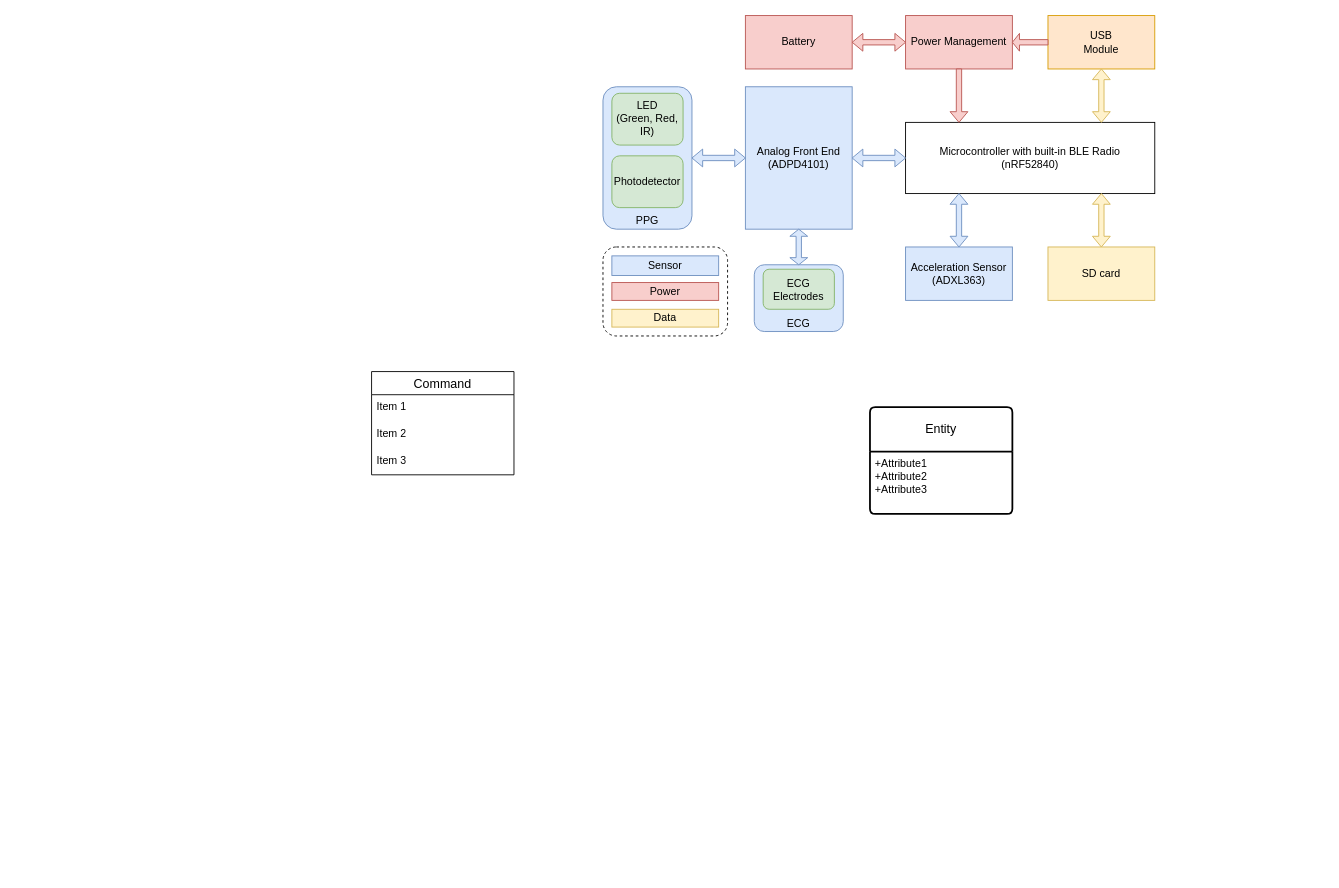
Earlier version of the draw.io diagram PhotonWear_Diagram.drawio (marsukhongduoi/drawio_files). Source tidied: cells renumbered, new cells numbered last; positions are measured from the earlier drawing's top-left corner, leaving out a move shared by most shapes. Both pictures are drawn from the tidied source at 89%, with x=0, y=0 at pixel (371, 15).
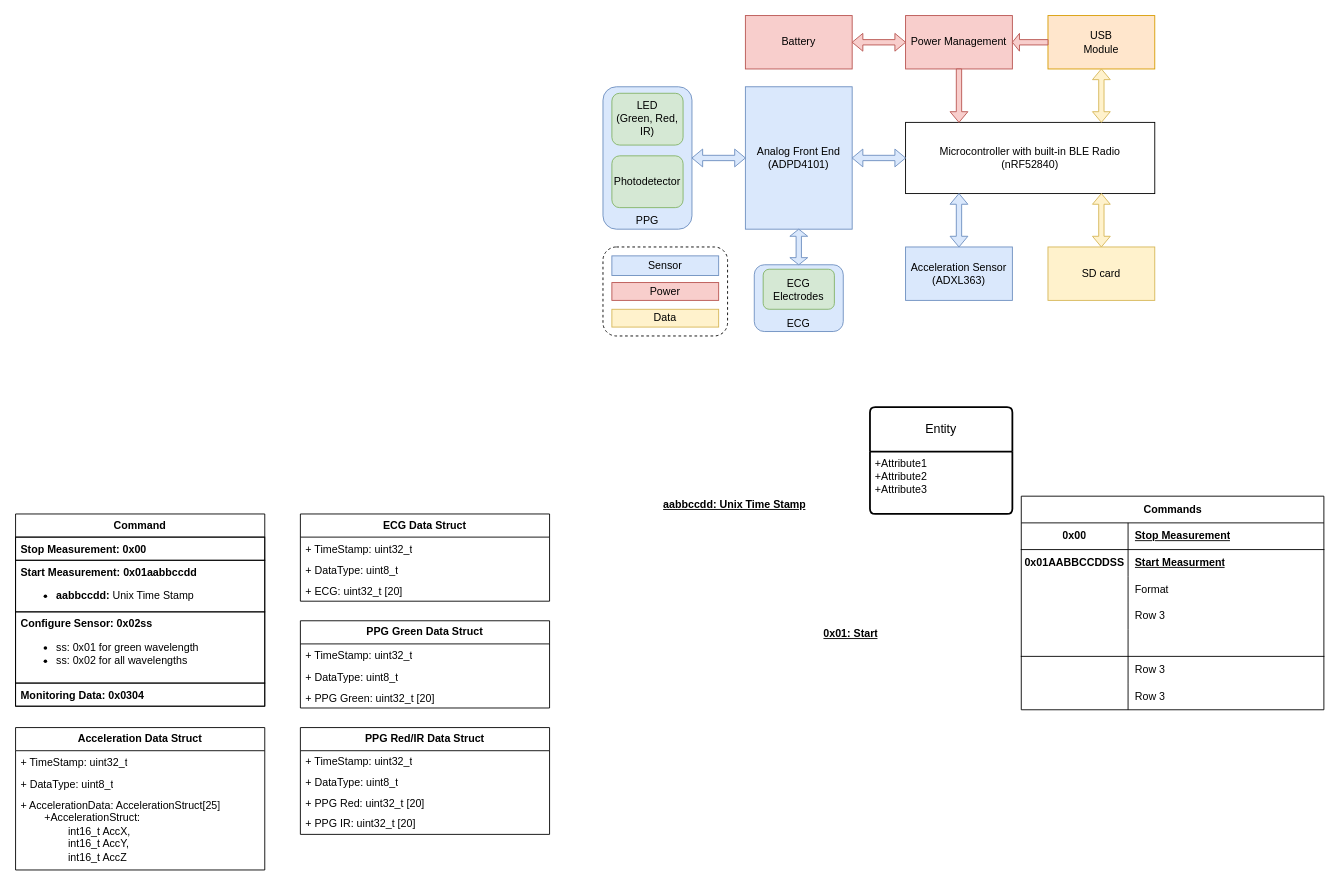
The same diagram, later.

Change to the diagram source:
```diff
@@
-    <mxCell id="23" value="Command" style="swimlane;fontStyle=0;horizontal=1;startSize=26;align=center;fontSize=14;" parent="1" vertex="1">
-      <mxGeometry y="400" width="160" height="116" as="geometry" />
-    </mxCell>
-    <mxCell id="24" value="Item 1" style="text;strokeColor=none;fillColor=none;spacingLeft=4;spacingRight=4;overflow=hidden;fontSize=12;whiteSpace=wrap;html=1;" parent="23" vertex="1">
-      <mxGeometry y="26" width="160" height="30" as="geometry" />
-    </mxCell>
-    <mxCell id="25" value="Item 2" style="text;strokeColor=none;fillColor=none;spacingLeft=4;spacingRight=4;overflow=hidden;fontSize=12;whiteSpace=wrap;html=1;" parent="23" vertex="1">
-      <mxGeometry y="56" width="160" height="30" as="geometry" />
-    </mxCell>
-    <mxCell id="26" value="Item 3" style="text;strokeColor=none;fillColor=none;spacingLeft=4;spacingRight=4;overflow=hidden;fontSize=12;whiteSpace=wrap;html=1;" parent="23" vertex="1">
-      <mxGeometry y="86" width="160" height="30" as="geometry" />
-    </mxCell>
@@
+    <mxCell id="36" value="aabbccdd: Unix Time Stamp" style="shape=partialRectangle;fillColor=none;top=0;left=0;bottom=0;right=0;align=left;spacingLeft=6;fontStyle=5;overflow=hidden;html=1;whiteSpace=wrap;" parent="1" vertex="1">
+      <mxGeometry x="320" y="520" width="240" height="60" as="geometry" />
+    </mxCell>
+    <mxCell id="37" value="0x01: Start" style="shape=partialRectangle;fillColor=none;top=0;left=0;bottom=0;right=0;align=left;spacingLeft=6;fontStyle=5;overflow=hidden;html=1;whiteSpace=wrap;" parent="1" vertex="1">
+      <mxGeometry x="500" y="680" width="240" height="30" as="geometry" />
+    </mxCell>
+    <mxCell id="38" value="Commands" style="shape=table;startSize=30;childLayout=tableLayout;rowLines=0;fontStyle=1;align=center;html=1;" parent="1" vertex="1">
+      <mxGeometry x="730" y="540" width="340" height="240" as="geometry" />
+    </mxCell>
+    <mxCell id="39" style="shape=tableRow;horizontal=0;startSize=0;swimlaneHead=0;swimlaneBody=0;fillColor=none;top=0;left=0;right=0;bottom=1;" parent="38" vertex="1">
+      <mxGeometry y="30" width="340" height="30" as="geometry" />
+    </mxCell>
+    <mxCell id="40" value="0x00" style="shape=partialRectangle;fillColor=none;top=0;left=0;bottom=0;right=0;fontStyle=1;overflow=hidden;whiteSpace=wrap;html=1;" parent="39" vertex="1">
+      <mxGeometry width="120" height="30" as="geometry" />
+    </mxCell>
+    <mxCell id="41" value="Stop Measurement" style="shape=partialRectangle;fillColor=none;top=0;left=0;bottom=0;right=0;align=left;spacingLeft=6;fontStyle=5;overflow=hidden;whiteSpace=wrap;html=1;" parent="39" vertex="1">
+      <mxGeometry x="120" width="220" height="30" as="geometry" />
+    </mxCell>
+    <mxCell id="42" style="shape=tableRow;horizontal=0;startSize=0;swimlaneHead=0;swimlaneBody=0;fillColor=none;top=0;left=0;right=0;bottom=0;" parent="38" vertex="1">
+      <mxGeometry y="60" width="340" height="30" as="geometry" />
+    </mxCell>
+    <mxCell id="43" value="0x01AABBCCDDSS" style="shape=partialRectangle;fillColor=none;top=0;left=0;bottom=0;right=0;overflow=hidden;whiteSpace=wrap;html=1;fontStyle=1;" parent="42" vertex="1">
+      <mxGeometry width="120" height="30" as="geometry" />
+    </mxCell>
+    <mxCell id="44" value="Start Measurment" style="shape=partialRectangle;fillColor=none;top=0;left=0;bottom=0;right=0;align=left;spacingLeft=6;overflow=hidden;whiteSpace=wrap;html=1;fontStyle=5;" parent="42" vertex="1">
+      <mxGeometry x="120" width="220" height="30" as="geometry" />
+    </mxCell>
+    <mxCell id="45" style="shape=tableRow;horizontal=0;startSize=0;swimlaneHead=0;swimlaneBody=0;fillColor=none;top=0;left=0;right=0;bottom=0;" parent="38" vertex="1">
+      <mxGeometry y="90" width="340" height="30" as="geometry" />
+    </mxCell>
+    <mxCell id="46" style="shape=partialRectangle;fillColor=none;top=0;left=0;bottom=0;right=0;overflow=hidden;whiteSpace=wrap;html=1;" parent="45" vertex="1">
+      <mxGeometry width="120" height="30" as="geometry" />
+    </mxCell>
+    <mxCell id="47" value="Format" style="shape=partialRectangle;fillColor=none;top=0;left=0;bottom=0;right=0;align=left;spacingLeft=6;overflow=hidden;whiteSpace=wrap;html=1;" parent="45" vertex="1">
+      <mxGeometry x="120" width="220" height="30" as="geometry" />
+    </mxCell>
+    <mxCell id="48" style="shape=tableRow;horizontal=0;startSize=0;swimlaneHead=0;swimlaneBody=0;fillColor=none;top=0;left=0;right=0;bottom=0;" parent="38" vertex="1">
+      <mxGeometry y="120" width="340" height="30" as="geometry" />
+    </mxCell>
+    <mxCell id="49" style="shape=partialRectangle;fillColor=none;top=0;left=0;bottom=0;right=0;overflow=hidden;whiteSpace=wrap;html=1;" parent="48" vertex="1">
+      <mxGeometry width="120" height="30" as="geometry" />
+    </mxCell>
+    <mxCell id="50" value="Row 3" style="shape=partialRectangle;fillColor=none;top=0;left=0;bottom=0;right=0;align=left;spacingLeft=6;overflow=hidden;whiteSpace=wrap;html=1;strokeColor=default;" parent="48" vertex="1">
+      <mxGeometry x="120" width="220" height="30" as="geometry" />
+    </mxCell>
+    <mxCell id="51" style="shape=tableRow;horizontal=0;startSize=0;swimlaneHead=0;swimlaneBody=0;fillColor=none;top=0;left=0;right=0;bottom=1;" parent="38" vertex="1">
+      <mxGeometry y="150" width="340" height="30" as="geometry" />
+    </mxCell>
+    <mxCell id="52" style="shape=partialRectangle;fillColor=none;top=0;left=0;bottom=0;right=0;fontStyle=1;overflow=hidden;whiteSpace=wrap;html=1;" parent="51" vertex="1">
+      <mxGeometry width="120" height="30" as="geometry" />
+    </mxCell>
+    <mxCell id="53" style="shape=partialRectangle;fillColor=none;top=0;left=0;bottom=0;right=0;align=left;spacingLeft=6;fontStyle=5;overflow=hidden;whiteSpace=wrap;html=1;" parent="51" vertex="1">
+      <mxGeometry x="120" width="220" height="30" as="geometry" />
+    </mxCell>
+    <mxCell id="54" style="shape=tableRow;horizontal=0;startSize=0;swimlaneHead=0;swimlaneBody=0;fillColor=none;top=0;left=0;right=0;bottom=0;" parent="38" vertex="1">
+      <mxGeometry y="180" width="340" height="30" as="geometry" />
+    </mxCell>
+    <mxCell id="55" style="shape=partialRectangle;fillColor=none;top=0;left=0;bottom=0;right=0;overflow=hidden;whiteSpace=wrap;html=1;" parent="54" vertex="1">
+      <mxGeometry width="120" height="30" as="geometry" />
+    </mxCell>
+    <mxCell id="56" value="Row 3" style="shape=partialRectangle;fillColor=none;top=0;left=0;bottom=0;right=0;align=left;spacingLeft=6;overflow=hidden;whiteSpace=wrap;html=1;strokeColor=default;" parent="54" vertex="1">
+      <mxGeometry x="120" width="220" height="30" as="geometry" />
+    </mxCell>
+    <mxCell id="57" style="shape=tableRow;horizontal=0;startSize=0;swimlaneHead=0;swimlaneBody=0;fillColor=none;top=0;left=0;right=0;bottom=0;" parent="38" vertex="1">
+      <mxGeometry y="210" width="340" height="30" as="geometry" />
+    </mxCell>
+    <mxCell id="58" style="shape=partialRectangle;fillColor=none;top=0;left=0;bottom=0;right=0;overflow=hidden;whiteSpace=wrap;html=1;" parent="57" vertex="1">
+      <mxGeometry width="120" height="30" as="geometry" />
+    </mxCell>
+    <mxCell id="59" value="Row 3" style="shape=partialRectangle;fillColor=none;top=0;left=0;bottom=0;right=0;align=left;spacingLeft=6;overflow=hidden;whiteSpace=wrap;html=1;strokeColor=default;" parent="57" vertex="1">
+      <mxGeometry x="120" width="220" height="30" as="geometry" />
+    </mxCell>
+    <mxCell id="23" value="Command" style="swimlane;fontStyle=1;horizontal=1;startSize=26;fillColor=none;whiteSpace=wrap;html=1;" parent="1" vertex="1">
+      <mxGeometry x="-400" y="560" width="280" height="216" as="geometry" />
+    </mxCell>
+    <mxCell id="60" value="&lt;b&gt;Stop Measurement: 0x00&lt;/b&gt;" style="text;strokeColor=default;fillColor=none;align=left;verticalAlign=top;spacingLeft=4;spacingRight=4;overflow=hidden;whiteSpace=wrap;html=1;" parent="23" vertex="1">
+      <mxGeometry y="26" width="280" height="26" as="geometry" />
+    </mxCell>
+    <mxCell id="61" value="&lt;b&gt;Start Measurement: 0x01aabbccdd&lt;/b&gt;&lt;div&gt;&lt;ul&gt;&lt;li&gt;&lt;span style=&quot;background-color: initial;&quot;&gt;&lt;b&gt;aabbccdd: &lt;/b&gt;Unix Time Stamp&lt;/span&gt;&lt;/li&gt;&lt;/ul&gt;&lt;/div&gt;" style="text;strokeColor=default;fillColor=none;align=left;verticalAlign=top;spacingLeft=4;spacingRight=4;overflow=hidden;whiteSpace=wrap;html=1;" parent="23" vertex="1">
+      <mxGeometry y="52" width="280" height="58" as="geometry" />
+    </mxCell>
+    <mxCell id="62" value="&lt;b&gt;Configure Sensor: 0x02ss&lt;/b&gt;&lt;div&gt;&lt;ul&gt;&lt;li&gt;ss: 0x01 for green wavelength&lt;/li&gt;&lt;li&gt;ss: 0x02 for all wavelengths&lt;/li&gt;&lt;/ul&gt;&lt;/div&gt;" style="text;strokeColor=default;fillColor=none;align=left;verticalAlign=top;spacingLeft=4;spacingRight=4;overflow=hidden;whiteSpace=wrap;html=1;" parent="23" vertex="1">
+      <mxGeometry y="110" width="280" height="80" as="geometry" />
+    </mxCell>
+    <mxCell id="63" value="&lt;b&gt;Monitoring Data: 0x0304&lt;/b&gt;" style="text;strokeColor=default;fillColor=none;align=left;verticalAlign=top;spacingLeft=4;spacingRight=4;overflow=hidden;whiteSpace=wrap;html=1;" parent="23" vertex="1">
+      <mxGeometry y="190" width="280" height="26" as="geometry" />
+    </mxCell>
+    <mxCell id="64" value="Acceleration Data Struct" style="swimlane;fontStyle=1;horizontal=1;startSize=26;fillColor=none;whiteSpace=wrap;html=1;" parent="1" vertex="1">
+      <mxGeometry x="-400" y="800" width="280" height="160" as="geometry" />
+    </mxCell>
+    <mxCell id="65" value="+ TimeStamp: uint32_t" style="text;strokeColor=none;fillColor=none;align=left;verticalAlign=top;spacingLeft=4;spacingRight=4;overflow=hidden;whiteSpace=wrap;html=1;" parent="64" vertex="1">
+      <mxGeometry y="26" width="280" height="24" as="geometry" />
+    </mxCell>
+    <mxCell id="66" value="+ DataType: uint8_t" style="text;strokeColor=none;fillColor=none;align=left;verticalAlign=top;spacingLeft=4;spacingRight=4;overflow=hidden;whiteSpace=wrap;html=1;" parent="64" vertex="1">
+      <mxGeometry y="50" width="280" height="24" as="geometry" />
+    </mxCell>
+    <mxCell id="67" value="+ AccelerationData: AccelerationStruct[25]&lt;div&gt;&lt;span style=&quot;white-space: pre;&quot;&gt;&#9;&lt;/span&gt;+AccelerationStruct:&amp;nbsp;&lt;/div&gt;&lt;div&gt;&lt;span style=&quot;white-space: pre;&quot;&gt;&#9;&lt;/span&gt;&lt;span style=&quot;white-space: pre;&quot;&gt;&#9;&lt;/span&gt;int16_t AccX,&lt;/div&gt;&lt;div&gt;&lt;span style=&quot;white-space: pre;&quot;&gt;&#9;&lt;/span&gt;&lt;span style=&quot;white-space: pre;&quot;&gt;&#9;&lt;/span&gt;int16_t AccY,&lt;/div&gt;&lt;div&gt;&lt;span style=&quot;white-space: pre;&quot;&gt;&#9;&lt;/span&gt;&lt;span style=&quot;white-space: pre;&quot;&gt;&#9;&lt;/span&gt;&lt;span style=&quot;background-color: initial;&quot;&gt;int16_t AccZ&lt;/span&gt;&lt;br&gt;&lt;/div&gt;" style="text;strokeColor=none;fillColor=none;align=left;verticalAlign=top;spacingLeft=4;spacingRight=4;overflow=hidden;whiteSpace=wrap;html=1;" parent="64" vertex="1">
+      <mxGeometry y="74" width="280" height="86" as="geometry" />
+    </mxCell>
+    <mxCell id="68" value="PPG Green Data Struct" style="swimlane;fontStyle=1;horizontal=1;startSize=26;fillColor=none;whiteSpace=wrap;html=1;" parent="1" vertex="1">
+      <mxGeometry x="-80" y="680" width="280" height="98" as="geometry" />
+    </mxCell>
+    <mxCell id="69" value="+ TimeStamp: uint32_t" style="text;strokeColor=none;fillColor=none;align=left;verticalAlign=top;spacingLeft=4;spacingRight=4;overflow=hidden;whiteSpace=wrap;html=1;" parent="68" vertex="1">
+      <mxGeometry y="26" width="280" height="24" as="geometry" />
+    </mxCell>
+    <mxCell id="70" value="+ DataType: uint8_t" style="text;strokeColor=none;fillColor=none;align=left;verticalAlign=top;spacingLeft=4;spacingRight=4;overflow=hidden;whiteSpace=wrap;html=1;" parent="68" vertex="1">
+      <mxGeometry y="50" width="280" height="24" as="geometry" />
+    </mxCell>
+    <mxCell id="71" value="+ PPG Green: uint32_t [20]" style="text;strokeColor=none;fillColor=none;align=left;verticalAlign=top;spacingLeft=4;spacingRight=4;overflow=hidden;whiteSpace=wrap;html=1;" parent="68" vertex="1">
+      <mxGeometry y="74" width="280" height="24" as="geometry" />
+    </mxCell>
+    <mxCell id="72" value="PPG Red/IR Data Struct" style="swimlane;fontStyle=1;horizontal=1;startSize=26;fillColor=none;whiteSpace=wrap;html=1;" parent="1" vertex="1">
+      <mxGeometry x="-80" y="800" width="280" height="120" as="geometry" />
+    </mxCell>
+    <mxCell id="73" value="+ TimeStamp: uint32_t" style="text;strokeColor=none;fillColor=none;align=left;verticalAlign=middle;spacingLeft=4;spacingRight=4;overflow=hidden;whiteSpace=wrap;html=1;imageWidth=24;imageHeight=24;arcSize=12;" parent="72" vertex="1">
+      <mxGeometry y="26" width="280" height="24" as="geometry" />
+    </mxCell>
+    <mxCell id="74" value="+ DataType: uint8_t" style="text;strokeColor=none;fillColor=none;align=left;verticalAlign=middle;spacingLeft=4;spacingRight=4;overflow=hidden;whiteSpace=wrap;html=1;imageWidth=24;" parent="72" vertex="1">
+      <mxGeometry y="50" width="280" height="24" as="geometry" />
+    </mxCell>
+    <mxCell id="75" value="+ PPG Red: uint32_t [20]" style="text;strokeColor=none;fillColor=none;align=left;verticalAlign=middle;spacingLeft=4;spacingRight=4;overflow=hidden;whiteSpace=wrap;html=1;" parent="72" vertex="1">
+      <mxGeometry y="74" width="280" height="24" as="geometry" />
+    </mxCell>
+    <mxCell id="76" value="+ PPG IR: uint32_t [20]&lt;div&gt;&lt;br&gt;&lt;/div&gt;" style="text;strokeColor=none;fillColor=none;align=left;verticalAlign=middle;spacingLeft=4;spacingRight=4;overflow=hidden;whiteSpace=wrap;html=1;" parent="72" vertex="1">
+      <mxGeometry y="98" width="280" height="22" as="geometry" />
+    </mxCell>
+    <mxCell id="77" value="ECG Data Struct" style="swimlane;fontStyle=1;horizontal=1;startSize=26;fillColor=none;whiteSpace=wrap;html=1;" parent="1" vertex="1">
+      <mxGeometry x="-80" y="560" width="280" height="98" as="geometry" />
+    </mxCell>
+    <mxCell id="78" value="+ TimeStamp: uint32_t" style="text;strokeColor=none;fillColor=none;align=left;verticalAlign=top;spacingLeft=4;spacingRight=4;overflow=hidden;whiteSpace=wrap;html=1;" parent="77" vertex="1">
+      <mxGeometry y="26" width="280" height="24" as="geometry" />
+    </mxCell>
+    <mxCell id="79" value="+ DataType: uint8_t" style="text;strokeColor=none;fillColor=none;align=left;verticalAlign=top;spacingLeft=4;spacingRight=4;overflow=hidden;whiteSpace=wrap;html=1;" parent="77" vertex="1">
+      <mxGeometry y="50" width="280" height="24" as="geometry" />
+    </mxCell>
+    <mxCell id="80" value="+ ECG: uint32_t [20]" style="text;strokeColor=none;fillColor=none;align=left;verticalAlign=top;spacingLeft=4;spacingRight=4;overflow=hidden;whiteSpace=wrap;html=1;" parent="77" vertex="1">
+      <mxGeometry y="74" width="280" height="24" as="geometry" />
+    </mxCell>
```
